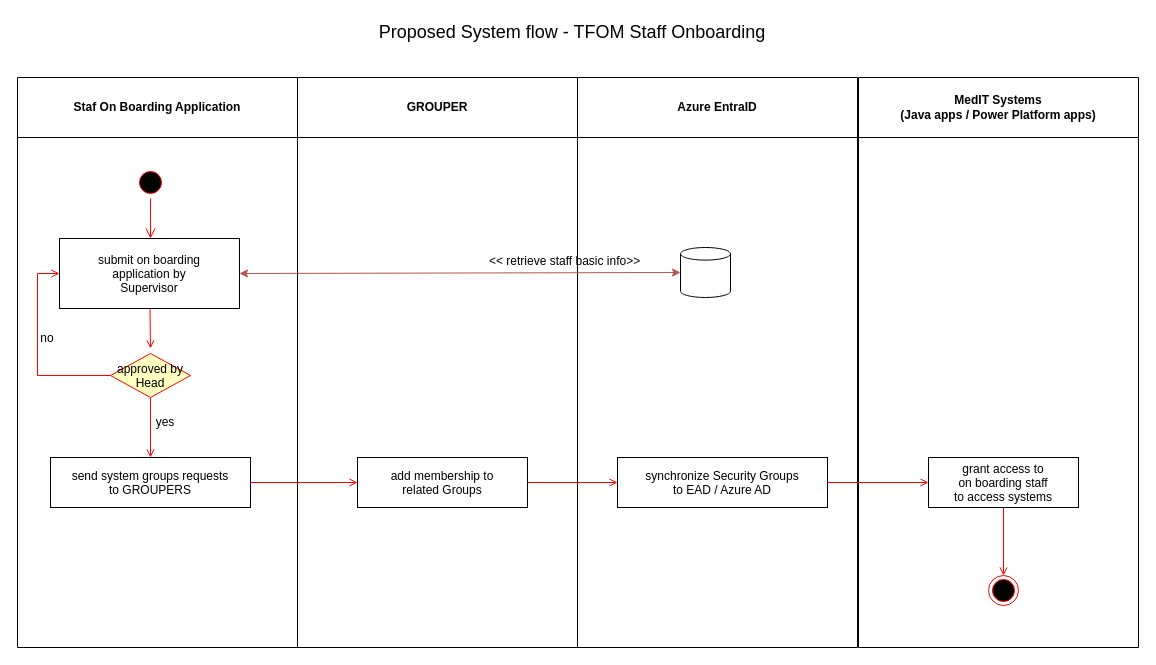
Before: Onboarding.drawio in Maurice-Tam/draw.io, a draw.io diagram. Source tidied: cells renumbered, new cells numbered last; positions are measured from the earlier drawing's top-left corner, leaving out a move shared by most shapes. Both pictures are drawn from the tidied source at 100%, with x=0, y=0 at pixel (17, 17).
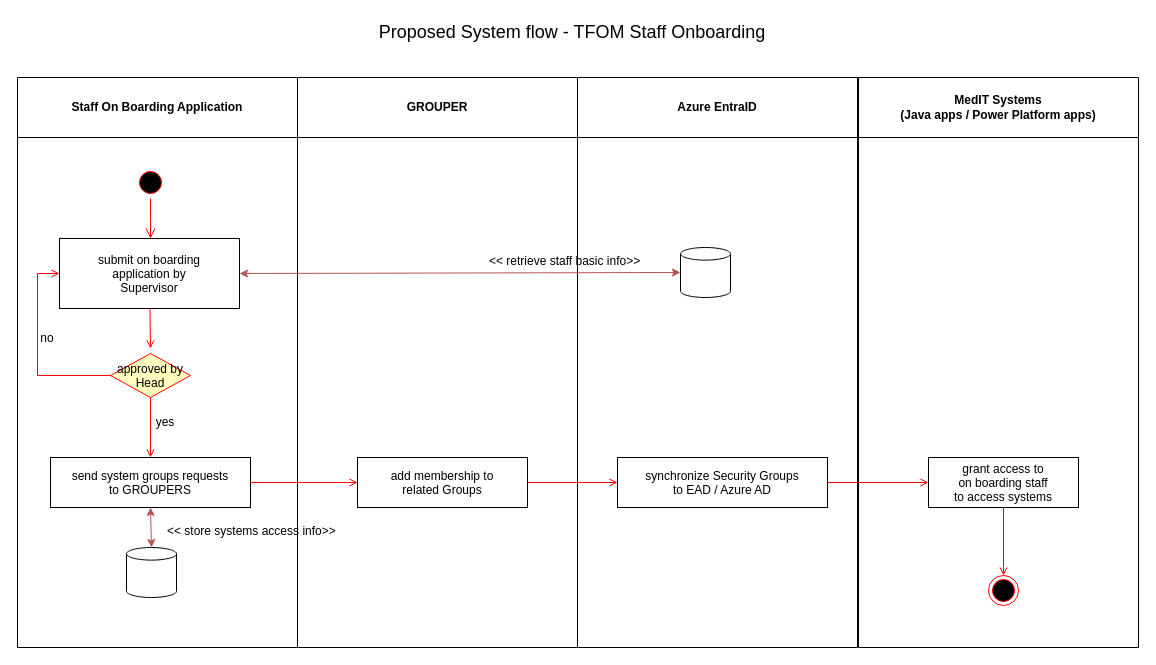
Above is the later version.

Diff of the diagram source:
```diff
@@
-    <mxCell id="2" value="Staf On Boarding Application" style="swimlane;whiteSpace=wrap;startSize=60;" parent="1" vertex="1">
+    <mxCell id="2" value="Staff On Boarding Application" style="swimlane;whiteSpace=wrap;startSize=60;" parent="1" vertex="1">
       <mxGeometry y="60" width="280" height="570" as="geometry" />
     </mxCell>
@@
+    <mxCell id="28" style="shape=cylinder3;whiteSpace=wrap;html=1;boundedLbl=1;backgroundOutline=1;size=6.315789473684276;" parent="1" vertex="1">
+      <mxGeometry x="109" y="530" width="50" height="50" as="geometry" />
+    </mxCell>
+    <mxCell id="29" style="endArrow=classic;startArrow=classic;html=1;rounded=0;entryX=0.5;entryY=0;entryDx=0;entryDy=0;entryPerimeter=0;exitX=0.5;exitY=1;exitDx=0;exitDy=0;strokeColor=#b85450;fillColor=#f8cecc;" parent="1" edge="1" target="28">
+      <mxGeometry relative="1" as="geometry">
+        <mxPoint x="133" y="490" as="sourcePoint" />
+      </mxGeometry>
+    </mxCell>
+    <mxCell id="30" value="&amp;lt;&amp;lt; store systems access info&amp;gt;&amp;gt;" style="text;whiteSpace=wrap;html=1;" parent="1" vertex="1">
+      <mxGeometry x="148" y="500" width="200" height="50" as="geometry" />
+    </mxCell>
```
